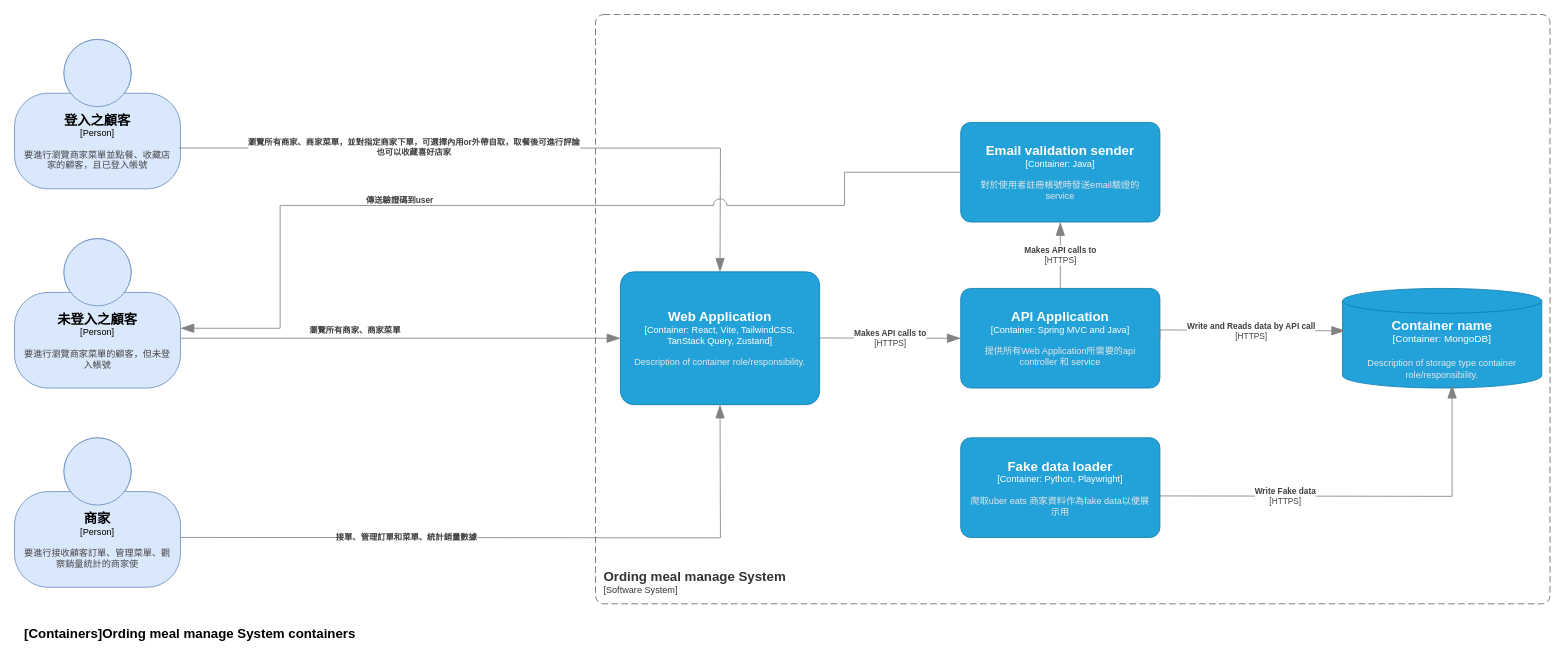
NTOU-Order-Now/C4-model keeps this draw.io diagram as page "Container" (2 of 2) of C4-model.drawio. Above is the earlier version. Source tidied: cells renumbered, new cells numbered last; positions are measured from the earlier drawing's top-left corner, leaving out a move shared by most shapes. Both pictures are drawn from the tidied source at 83%, with x=0, y=0 at pixel (14, 14).
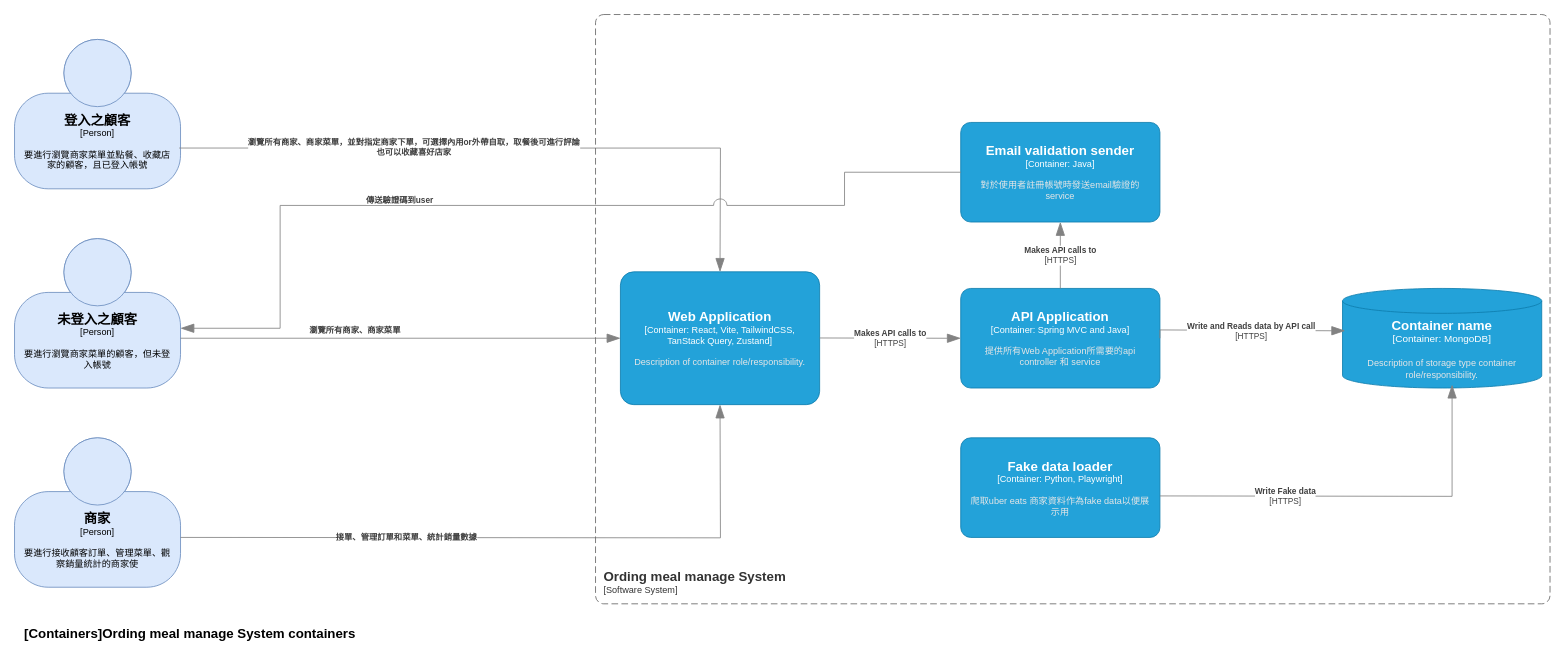
The same diagram, later.

The edit, as a diff of the source:
```diff
@@
-    <object id="3" label="&lt;font style=&quot;font-size: 16px&quot;&gt;&lt;b&gt;%c4Name%&lt;/b&gt;&lt;/font&gt;&lt;div&gt;[%c4Type%]&lt;/div&gt;&lt;br&gt;&lt;div &gt;&lt;font style=&quot;font-size: 11px&quot;&gt;&lt;font color=&quot;#444444&quot;&gt;%c4Description%&lt;/font&gt;&lt;/div&gt;" c4Description="要進行接收顧客訂單、管理菜單、觀察銷量統計的商家使" c4Name="商家" c4Type="Person" placeholders="1">
-      <mxCell style="html=1;fontSize=11;dashed=0;whiteSpace=wrap;fillColor=#dae8fc;strokeColor=#6c8ebf;shape=mxgraph.c4.person2;align=center;spacingRight=10;spacingLeft=10;" parent="1" vertex="1">
+    <object id="3" label="&lt;font style=&quot;font-size: 16px&quot;&gt;&lt;b&gt;%c4Name%&lt;/b&gt;&lt;/font&gt;&lt;div&gt;[%c4Type%]&lt;/div&gt;&lt;br&gt;&lt;div&gt;&lt;font style=&quot;font-size: 11px&quot;&gt;&lt;font&gt;%c4Description%&lt;/font&gt;&lt;/font&gt;&lt;/div&gt;" c4Description="要進行接收顧客訂單、管理菜單、觀察銷量統計的商家使" c4Name="商家" c4Type="Person" placeholders="1">
+      <mxCell style="html=1;fontSize=11;dashed=0;whiteSpace=wrap;fillColor=#dae8fc;strokeColor=#6c8ebf;shape=mxgraph.c4.person2;align=center;spacingRight=10;spacingLeft=10;fontColor=#000000;" parent="1" vertex="1">
         <mxGeometry y="510" width="200" height="180" as="geometry" />
       </mxCell>
     </object>
-    <object id="4" label="&lt;font style=&quot;font-size: 16px&quot;&gt;&lt;b&gt;%c4Name%&lt;/b&gt;&lt;/font&gt;&lt;div&gt;[%c4Type%]&lt;/div&gt;&lt;br&gt;&lt;div &gt;&lt;font style=&quot;font-size: 11px&quot;&gt;&lt;font color=&quot;#444444&quot;&gt;%c4Description%&lt;/font&gt;&lt;/div&gt;" c4Description="要進行瀏覽商家菜單的顧客，但未登入帳號" c4Name="未登入之顧客" c4Type="Person" placeholders="1">
-      <mxCell style="html=1;fontSize=11;dashed=0;whiteSpace=wrap;fillColor=#dae8fc;strokeColor=#6c8ebf;shape=mxgraph.c4.person2;align=center;points=[[0.5,0,0],[1,0.5,0],[1,0.75,0],[0.75,1,0],[0.5,1,0],[0.25,1,0],[0,0.75,0],[0,0.5,0]];spacingRight=10;spacingLeft=10;" parent="1" vertex="1">
+    <object id="4" label="&lt;font style=&quot;font-size: 16px&quot;&gt;&lt;b&gt;%c4Name%&lt;/b&gt;&lt;/font&gt;&lt;div&gt;[%c4Type%]&lt;/div&gt;&lt;br&gt;&lt;div&gt;&lt;font style=&quot;font-size: 11px&quot;&gt;&lt;font&gt;%c4Description%&lt;/font&gt;&lt;/font&gt;&lt;/div&gt;" c4Description="要進行瀏覽商家菜單的顧客，但未登入帳號" c4Name="未登入之顧客" c4Type="Person" placeholders="1">
+      <mxCell style="html=1;fontSize=11;dashed=0;whiteSpace=wrap;fillColor=#dae8fc;strokeColor=#6c8ebf;shape=mxgraph.c4.person2;align=center;points=[[0.5,0,0],[1,0.5,0],[1,0.75,0],[0.75,1,0],[0.5,1,0],[0.25,1,0],[0,0.75,0],[0,0.5,0]];spacingRight=10;spacingLeft=10;fontColor=#000000;" parent="1" vertex="1">
         <mxGeometry y="270" width="200" height="180" as="geometry" />
       </mxCell>
     </object>
-    <object id="5" label="&lt;font style=&quot;font-size: 16px&quot;&gt;&lt;b&gt;%c4Name%&lt;/b&gt;&lt;/font&gt;&lt;div&gt;[%c4Type%]&lt;/div&gt;&lt;br&gt;&lt;div &gt;&lt;font style=&quot;font-size: 11px&quot;&gt;&lt;font color=&quot;#444444&quot;&gt;%c4Description%&lt;/font&gt;&lt;/div&gt;" c4Description="要進行瀏覽商家菜單並點餐、收藏店家的顧客，且已登入帳號" c4Name="登入之顧客" c4Type="Person" placeholders="1">
-      <mxCell style="html=1;fontSize=11;dashed=0;whiteSpace=wrap;fillColor=#dae8fc;strokeColor=#6c8ebf;shape=mxgraph.c4.person2;align=center;points=[[0.5,0,0],[1,0.5,0],[1,0.75,0],[0.75,1,0],[0.5,1,0],[0.25,1,0],[0,0.75,0],[0,0.5,0]];spacingRight=10;spacingLeft=10;" parent="1" vertex="1">
+    <object id="5" label="&lt;font style=&quot;font-size: 16px&quot;&gt;&lt;b&gt;%c4Name%&lt;/b&gt;&lt;/font&gt;&lt;div&gt;[%c4Type%]&lt;/div&gt;&lt;br&gt;&lt;div&gt;&lt;font style=&quot;font-size: 11px&quot;&gt;&lt;font&gt;%c4Description%&lt;/font&gt;&lt;/font&gt;&lt;/div&gt;" c4Description="要進行瀏覽商家菜單並點餐、收藏店家的顧客，且已登入帳號" c4Name="登入之顧客" c4Type="Person" placeholders="1">
+      <mxCell style="html=1;fontSize=11;dashed=0;whiteSpace=wrap;fillColor=#dae8fc;strokeColor=#6c8ebf;shape=mxgraph.c4.person2;align=center;points=[[0.5,0,0],[1,0.5,0],[1,0.75,0],[0.75,1,0],[0.5,1,0],[0.25,1,0],[0,0.75,0],[0,0.5,0]];spacingRight=10;spacingLeft=10;fontColor=#000000;" parent="1" vertex="1">
         <mxGeometry y="30" width="200" height="180" as="geometry" />
       </mxCell>
     </object>
```
